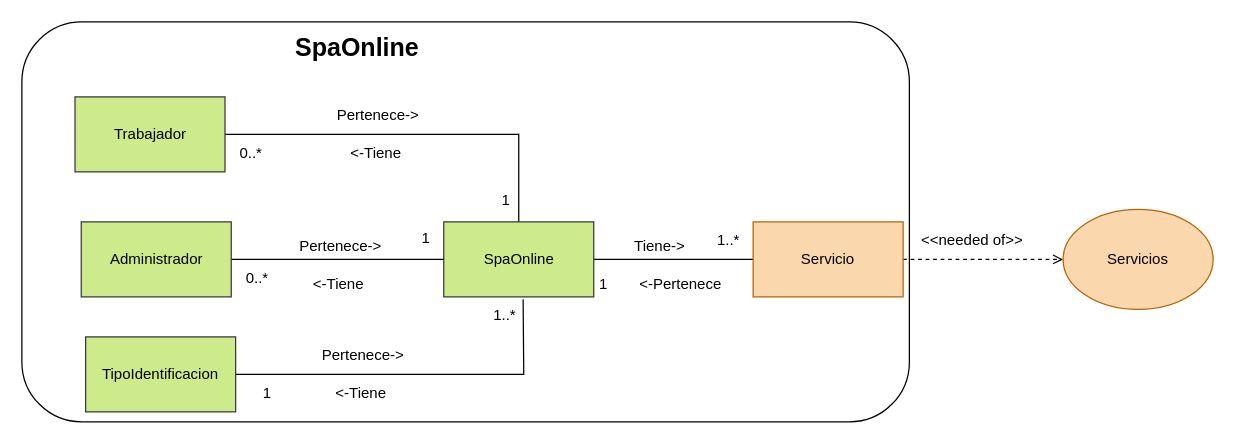
cristianospina/DOO keeps this draw.io diagram as page "4.6 SpaOnline-ModeloDominioAcotado" (9 of 12) of SpaOnline/ModeloDominioSpa.drawio. Above is the earlier version. Source tidied: cells renumbered, new cells numbered last; positions are measured from the earlier drawing's top-left corner, leaving out a move shared by most shapes. Both pictures are drawn from the tidied source at 125%, with x=0, y=0 at pixel (21, 21).
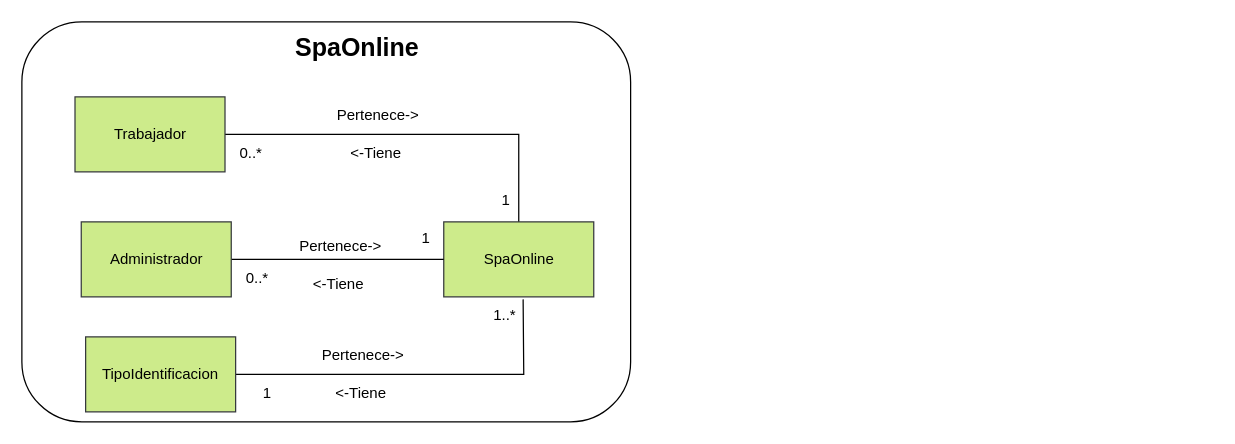
The same diagram, later.

Unchanged cells that the change refers to:
```xml
<mxCell id="6" value="SpaOnline" style="rounded=0;whiteSpace=wrap;html=1;fillColor=#cdeb8b;strokeColor=#36393d;" parent="1" vertex="1">
  <mxGeometry x="337.5" y="160" width="120" height="60" as="geometry" />
</mxCell>
```

Change to the diagram source:
```diff
@@
     <mxCell id="2" style="rounded=1;whiteSpace=wrap;html=1;" parent="1" vertex="1">
-      <mxGeometry width="710" height="320" as="geometry" />
+      <mxGeometry width="487" height="320" as="geometry" />
     </mxCell>
@@
-    <mxCell id="4" style="edgeStyle=orthogonalEdgeStyle;rounded=0;jettySize=auto;html=1;dashed=1;endArrow=open;endFill=0;exitX=1;exitY=0.5;exitDx=0;exitDy=0;" parent="1" edge="1" source="21" target="19">
-      <mxGeometry relative="1" as="geometry" />
-    </mxCell>
-    <mxCell id="5" style="edgeStyle=orthogonalEdgeStyle;rounded=0;jettySize=auto;html=1;endArrow=none;endFill=0;" parent="1" edge="1" source="6" target="21">
-      <mxGeometry relative="1" as="geometry" />
-    </mxCell>
@@
-    <mxCell id="19" value="Servicios" style="ellipse;whiteSpace=wrap;html=1;fillColor=#fad7ac;strokeColor=#b46504;" parent="1" vertex="1">
-      <mxGeometry x="833" y="150" width="120" height="80" as="geometry" />
-    </mxCell>
-    <mxCell id="20" value="&amp;lt;&amp;lt;needed of&amp;gt;&amp;gt;" style="text;html=1;align=center;verticalAlign=middle;strokeColor=none;fillColor=none;" parent="1" vertex="1">
-      <mxGeometry x="710" y="160" width="100" height="30" as="geometry" />
-    </mxCell>
-    <mxCell id="21" value="Servicio" style="rounded=0;whiteSpace=wrap;html=1;fillColor=#fad7ac;strokeColor=#b46504;" parent="1" vertex="1">
-      <mxGeometry x="585" y="160" width="120" height="60" as="geometry" />
-    </mxCell>
-    <mxCell id="22" value="1..*&lt;br&gt;" style="text;html=1;align=center;verticalAlign=middle;fillColor=none;" parent="1" vertex="1">
-      <mxGeometry x="545" y="160" width="40" height="30" as="geometry" />
-    </mxCell>
-    <mxCell id="23" value="&amp;nbsp;&amp;lt;-Pertenece" style="text;html=1;align=center;verticalAlign=middle;fillColor=none;" parent="1" vertex="1">
-      <mxGeometry x="480" y="195" width="90" height="30" as="geometry" />
-    </mxCell>
-    <mxCell id="24" value="Tiene-&amp;gt;" style="text;html=1;align=center;verticalAlign=middle;fillColor=none;" parent="1" vertex="1">
-      <mxGeometry x="480" y="165" width="60" height="30" as="geometry" />
-    </mxCell>
-    <mxCell id="25" value="1" style="text;html=1;align=center;verticalAlign=middle;strokeColor=none;fillColor=none;" parent="1" vertex="1">
-      <mxGeometry x="450" y="195" width="30" height="30" as="geometry" />
-    </mxCell>
```
